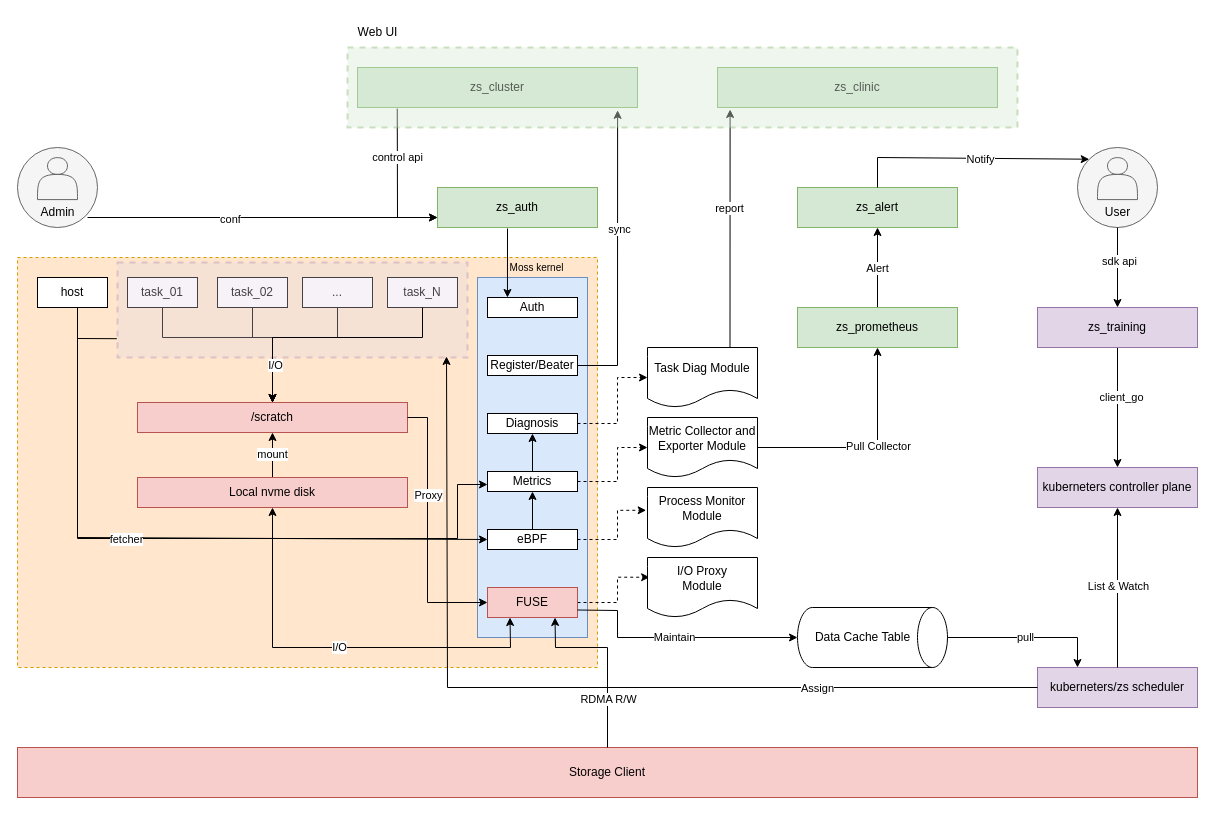
The draw.io diagram zs/moss.drawio in arlottang/tdh_bit, before the edit. Source tidied: cells renumbered, new cells numbered last; positions are measured from the earlier drawing's top-left corner, leaving out a move shared by most shapes. Both pictures are drawn from the tidied source at 100%, with x=0, y=0 at pixel (17, 17).
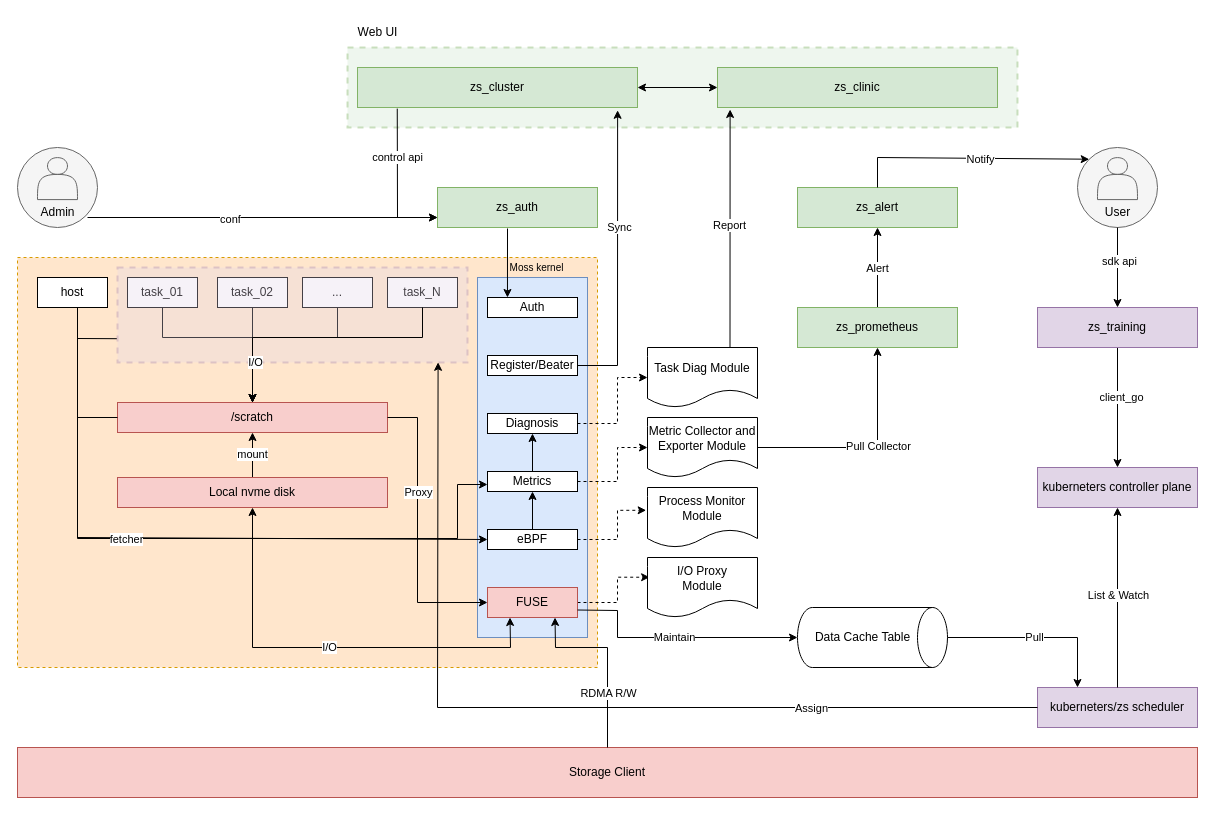
The same page after the edit.

The change refers to these unchanged cells:
```xml
<mxCell id="17" value="task_01" style="rounded=0;whiteSpace=wrap;html=1;" parent="1" vertex="1">
  <mxGeometry x="110" y="260" width="70" height="30" as="geometry" />
</mxCell>
<mxCell id="18" value="task_02" style="rounded=0;whiteSpace=wrap;html=1;" parent="1" vertex="1">
  <mxGeometry x="200" y="260" width="70" height="30" as="geometry" />
</mxCell>
<mxCell id="19" value="..." style="rounded=0;whiteSpace=wrap;html=1;" parent="1" vertex="1">
  <mxGeometry x="285" y="260" width="70" height="30" as="geometry" />
</mxCell>
<mxCell id="20" value="task_N" style="rounded=0;whiteSpace=wrap;html=1;" parent="1" vertex="1">
  <mxGeometry x="370" y="260" width="70" height="30" as="geometry" />
</mxCell>
<mxCell id="35" value="FUSE" style="rounded=0;whiteSpace=wrap;html=1;fillColor=#f8cecc;strokeColor=#b85450;" parent="1" vertex="1">
  <mxGeometry x="470" y="570" width="90" height="30" as="geometry" />
</mxCell>
<mxCell id="50" value="zs_cluster" style="rounded=0;whiteSpace=wrap;html=1;fillColor=#d5e8d4;strokeColor=#82b366;" parent="1" vertex="1">
  <mxGeometry x="340" y="50" width="280" height="40" as="geometry" />
</mxCell>
<mxCell id="53" style="endArrow=classic;html=1;rounded=0;exitX=1;exitY=0.5;exitDx=0;exitDy=0;entryX=0.929;entryY=1.07;entryDx=0;entryDy=0;entryPerimeter=0;" parent="1" edge="1" source="25" target="50">
  <mxGeometry relative="1" as="geometry">
    <Array as="points">
      <mxPoint x="600" y="348" />
    </Array>
  </mxGeometry>
</mxCell>
<mxCell id="55" value="zs_clinic" style="rounded=0;whiteSpace=wrap;html=1;fillColor=#d5e8d4;strokeColor=#82b366;" parent="1" vertex="1">
  <mxGeometry x="700" y="50" width="280" height="40" as="geometry" />
</mxCell>
<mxCell id="57" style="endArrow=classic;html=1;rounded=0;exitX=0.75;exitY=0;exitDx=0;exitDy=0;entryX=0.045;entryY=1.05;entryDx=0;entryDy=0;entryPerimeter=0;" parent="1" edge="1" source="56" target="55">
  <mxGeometry relative="1" as="geometry" />
</mxCell>
<mxCell id="74" style="endArrow=classic;html=1;rounded=0;exitX=0.5;exitY=0;exitDx=0;exitDy=0;entryX=0.75;entryY=1;entryDx=0;entryDy=0;" parent="1" edge="1" source="73" target="35">
  <mxGeometry relative="1" as="geometry">
    <Array as="points">
      <mxPoint x="590" y="630" />
      <mxPoint x="538" y="630" />
    </Array>
  </mxGeometry>
</mxCell>
<mxCell id="88" style="endArrow=classic;html=1;rounded=0;exitX=0.5;exitY=0;exitDx=0;exitDy=0;exitPerimeter=0;entryX=0.25;entryY=0;entryDx=0;entryDy=0;" parent="1" edge="1" source="84" target="82">
  <mxGeometry relative="1" as="geometry">
    <Array as="points">
      <mxPoint x="1060" y="620" />
    </Array>
  </mxGeometry>
</mxCell>
```

What changed in the source:
```diff
@@
+    <mxCell id="69" style="rounded=0;whiteSpace=wrap;html=1;fillColor=#d5e8d4;strokeColor=#82b366;opacity=40;dashed=1;strokeWidth=2;" parent="1" vertex="1">
+      <mxGeometry x="330" y="30" width="670" height="80" as="geometry" />
+    </mxCell>
@@
     <mxCell id="36" value="/scratch" style="rounded=0;whiteSpace=wrap;html=1;fillColor=#f8cecc;strokeColor=#b85450;" parent="1" vertex="1">
-      <mxGeometry x="120" y="385" width="270" height="30" as="geometry" />
+      <mxGeometry x="100" y="385" width="270" height="30" as="geometry" />
     </mxCell>
@@
     <mxCell id="39" value="Local nvme disk" style="rounded=0;whiteSpace=wrap;html=1;fillColor=#f8cecc;strokeColor=#b85450;" parent="1" vertex="1">
-      <mxGeometry x="120" y="460" width="270" height="30" as="geometry" />
+      <mxGeometry x="100" y="460" width="270" height="30" as="geometry" />
     </mxCell>
     <mxCell id="40" style="endArrow=classic;html=1;rounded=0;exitX=0.5;exitY=1;exitDx=0;exitDy=0;entryX=0.5;entryY=0;entryDx=0;entryDy=0;" parent="1" edge="1" source="18" target="36">
       <mxGeometry relative="1" as="geometry">
         <Array as="points">
           <mxPoint x="235" y="320" />
-          <mxPoint x="255" y="320" />
         </Array>
       </mxGeometry>
     </mxCell>
     <mxCell id="41" style="endArrow=classic;html=1;rounded=0;entryX=0.5;entryY=0;entryDx=0;entryDy=0;exitX=0.5;exitY=1;exitDx=0;exitDy=0;" parent="1" edge="1" source="17" target="36">
       <mxGeometry relative="1" as="geometry">
         <Array as="points">
           <mxPoint x="145" y="320" />
-          <mxPoint x="255" y="320" />
+          <mxPoint x="235" y="320" />
         </Array>
       </mxGeometry>
     </mxCell>
     <mxCell id="42" style="endArrow=classic;html=1;rounded=0;exitX=0.5;exitY=1;exitDx=0;exitDy=0;entryX=0.5;entryY=0;entryDx=0;entryDy=0;" parent="1" edge="1" source="19" target="36">
       <mxGeometry relative="1" as="geometry">
         <Array as="points">
           <mxPoint x="320" y="320" />
-          <mxPoint x="255" y="320" />
+          <mxPoint x="235" y="320" />
         </Array>
       </mxGeometry>
     </mxCell>
     <mxCell id="43" style="rounded=0;whiteSpace=wrap;html=1;opacity=30;strokeWidth=2;dashed=1;fillColor=#e1d5e7;strokeColor=#9673a6;" parent="1" vertex="1">
-      <mxGeometry x="100" y="245" width="350" height="95" as="geometry" />
+      <mxGeometry x="100" y="250" width="350" height="95" as="geometry" />
     </mxCell>
     <mxCell id="44" style="endArrow=classic;html=1;rounded=0;entryX=0.5;entryY=0;entryDx=0;entryDy=0;exitX=0.5;exitY=1;exitDx=0;exitDy=0;" parent="1" edge="1" source="20" target="36">
       <mxGeometry relative="1" as="geometry">
         <Array as="points">
           <mxPoint x="405" y="320" />
-          <mxPoint x="255" y="320" />
+          <mxPoint x="235" y="320" />
         </Array>
       </mxGeometry>
     </mxCell>
@@
-    <mxCell id="54" value="sync" style="edgeLabel;html=1;align=center;verticalAlign=middle;" parent="53" vertex="1">
-      <mxGeometry x="0.2" y="-1" relative="1" as="geometry" />
+    <mxCell id="54" value="Sync" style="edgeLabel;html=1;align=center;verticalAlign=middle;" parent="53" vertex="1">
+      <mxGeometry x="0.2" y="-1" relative="1" as="geometry">
+        <mxPoint y="-2" as="offset" />
+      </mxGeometry>
     </mxCell>
@@
-    <mxCell id="58" value="report" style="edgeLabel;html=1;align=center;verticalAlign=middle;" parent="57" vertex="1">
-      <mxGeometry x="0.17" y="1" relative="1" as="geometry" />
+    <mxCell id="58" value="Report" style="edgeLabel;html=1;align=center;verticalAlign=middle;" parent="57" vertex="1">
+      <mxGeometry x="0.17" y="1" relative="1" as="geometry">
+        <mxPoint y="17" as="offset" />
+      </mxGeometry>
     </mxCell>
@@
     <mxCell id="65" style="endArrow=classic;html=1;rounded=0;exitX=1;exitY=0.5;exitDx=0;exitDy=0;entryX=0;entryY=0.5;entryDx=0;entryDy=0;" parent="1" edge="1" source="36" target="35">
       <mxGeometry relative="1" as="geometry">
         <Array as="points">
-          <mxPoint x="410" y="400" />
-          <mxPoint x="410" y="585" />
+          <mxPoint x="400" y="400" />
+          <mxPoint x="400" y="585" />
         </Array>
       </mxGeometry>
     </mxCell>
@@
     <mxCell id="67" style="endArrow=classic;html=1;rounded=0;exitX=0.25;exitY=1;exitDx=0;exitDy=0;entryX=0.5;entryY=1;entryDx=0;entryDy=0;startArrow=classic;startFill=1;" parent="1" edge="1" source="35" target="39">
       <mxGeometry relative="1" as="geometry">
         <Array as="points">
           <mxPoint x="493" y="630" />
-          <mxPoint x="255" y="630" />
+          <mxPoint x="235" y="630" />
         </Array>
       </mxGeometry>
     </mxCell>
@@
-    <mxCell id="69" style="rounded=0;whiteSpace=wrap;html=1;fillColor=#d5e8d4;strokeColor=#82b366;opacity=40;dashed=1;strokeWidth=2;" parent="1" vertex="1">
-      <mxGeometry x="330" y="30" width="670" height="80" as="geometry" />
-    </mxCell>
@@
     <mxCell id="75" value="RDMA R/W" style="edgeLabel;html=1;align=center;verticalAlign=middle;" parent="74" vertex="1">
       <mxGeometry x="-0.39" y="-1" relative="1" as="geometry">
-        <mxPoint x="-1" y="7" as="offset" />
+        <mxPoint x="-1" y="1" as="offset" />
       </mxGeometry>
     </mxCell>
@@
     <mxCell id="82" value="kuberneters/zs scheduler" style="rounded=0;whiteSpace=wrap;html=1;fillColor=#e1d5e7;strokeColor=#9673a6;" parent="1" vertex="1">
-      <mxGeometry x="1020" y="650" width="160" height="40" as="geometry" />
+      <mxGeometry x="1020" y="670" width="160" height="40" as="geometry" />
     </mxCell>
@@
-    <mxCell id="86" style="endArrow=classic;html=1;rounded=0;entryX=0.94;entryY=0.989;entryDx=0;entryDy=0;entryPerimeter=0;exitX=0;exitY=0.5;exitDx=0;exitDy=0;" parent="1" edge="1" source="82" target="43">
+    <mxCell id="86" style="endArrow=classic;html=1;rounded=0;entryX=0.916;entryY=0.998;entryDx=0;entryDy=0;entryPerimeter=0;exitX=0;exitY=0.5;exitDx=0;exitDy=0;" parent="1" edge="1" source="82" target="43">
       <mxGeometry relative="1" as="geometry">
         <Array as="points">
-          <mxPoint x="430" y="670" />
+          <mxPoint x="420" y="690" />
         </Array>
       </mxGeometry>
     </mxCell>
@@
-    <mxCell id="89" value="pull" style="edgeLabel;html=1;align=center;verticalAlign=middle;" parent="88" vertex="1">
+    <mxCell id="89" value="Pull" style="edgeLabel;html=1;align=center;verticalAlign=middle;" parent="88" vertex="1">
       <mxGeometry x="-0.04" y="1" relative="1" as="geometry" />
     </mxCell>
@@
+    <mxCell id="94" style="endArrow=classic;startArrow=classic;html=1;rounded=0;exitX=1;exitY=0.5;exitDx=0;exitDy=0;entryX=0;entryY=0.5;entryDx=0;entryDy=0;" parent="1" edge="1" source="50" target="55">
+      <mxGeometry relative="1" as="geometry" />
+    </mxCell>
+    <mxCell id="95" style="endArrow=none;html=1;rounded=0;exitX=0;exitY=0.5;exitDx=0;exitDy=0;" parent="1" edge="1" source="36">
+      <mxGeometry relative="1" as="geometry">
+        <mxPoint x="60" y="400" as="targetPoint" />
+      </mxGeometry>
+    </mxCell>
```
